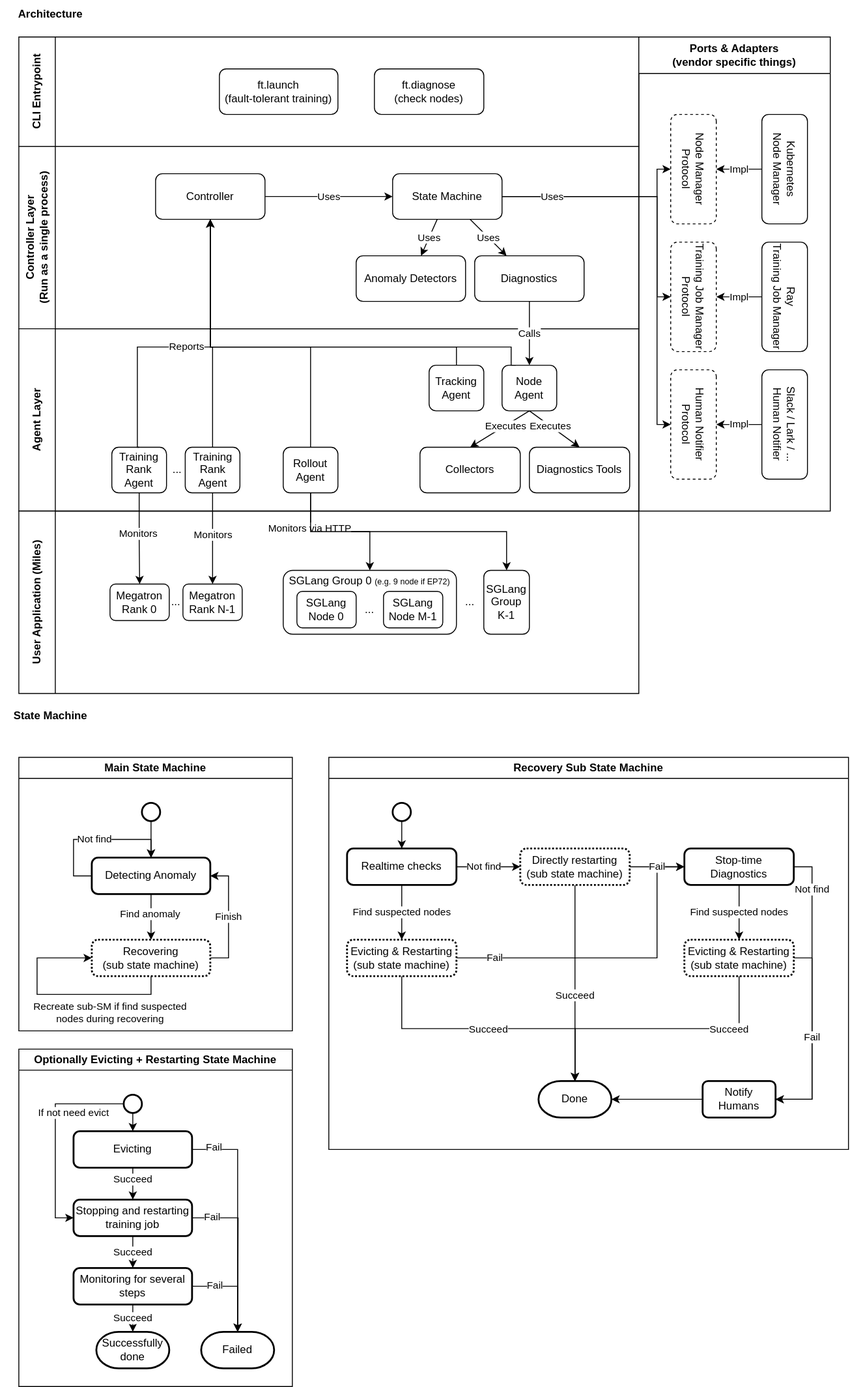
Before: miles/utils/ft/ft_arch.svg, a diagram exported from draw.io (radixark/miles). Source tidied: cells renumbered, new cells last; positions are measured from the earlier drawing's top-left corner, leaving out a move shared by most shapes.
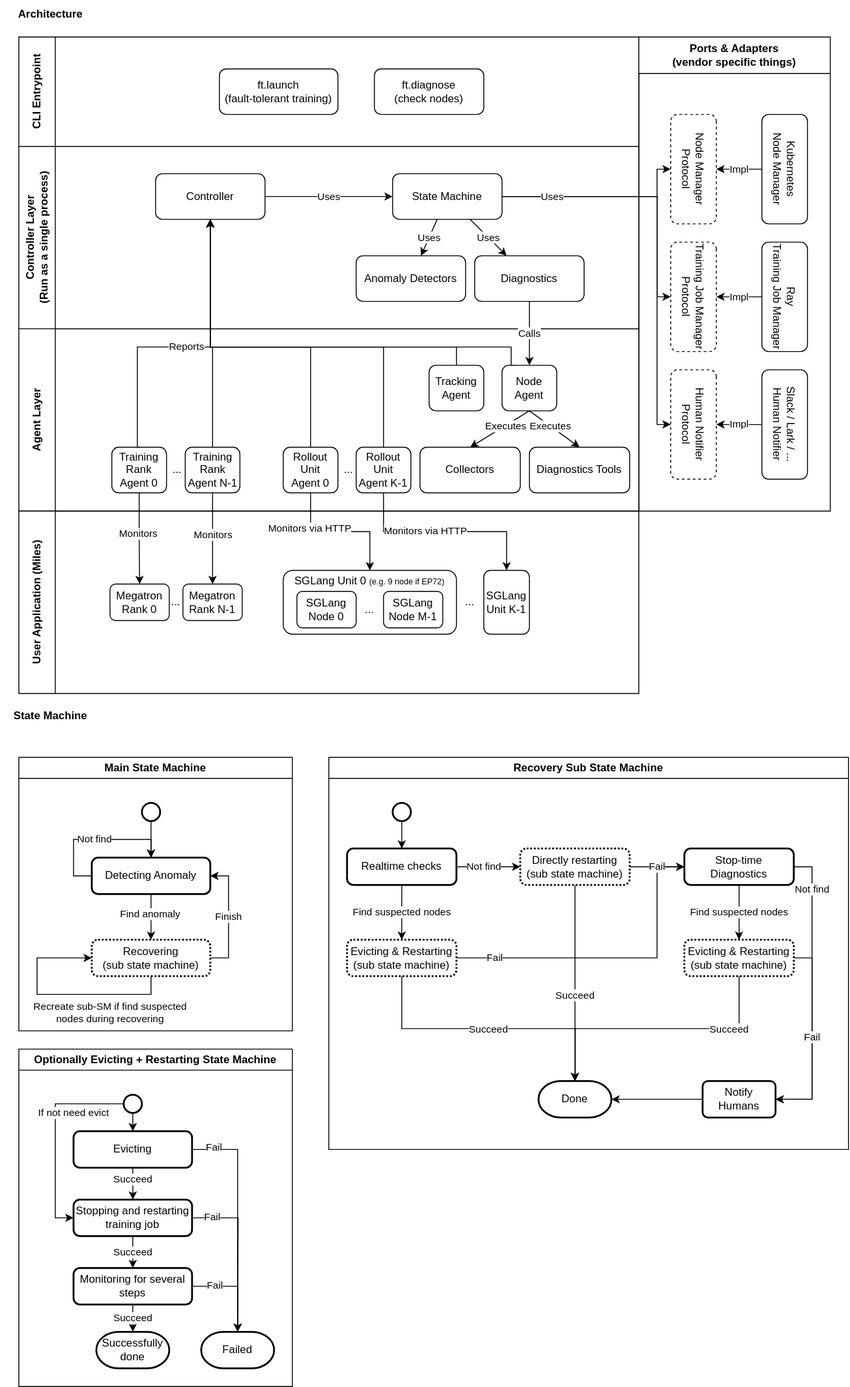
The same diagram one commit later.

Diff of the diagram source:
```diff
@@ -44,7 +44,7 @@
     <mxCell id="15" value="Node Agent" style="rounded=1;whiteSpace=wrap;html=1;" parent="12" vertex="1">
       <mxGeometry x="530" y="40" width="60" height="50" as="geometry" />
     </mxCell>
-    <mxCell id="16" value="Training Rank Agent" style="rounded=1;whiteSpace=wrap;html=1;" parent="12" vertex="1">
+    <mxCell id="16" value="Training Rank Agent 0" style="rounded=1;whiteSpace=wrap;html=1;" parent="12" vertex="1">
       <mxGeometry x="102" y="130" width="60" height="50" as="geometry" />
     </mxCell>
     <mxCell id="17" value="Tracking Agent" style="rounded=1;whiteSpace=wrap;html=1;" parent="12" vertex="1">
@@ -62,15 +62,21 @@
     <mxCell id="21" value="Executes" style="edgeLabel;html=1;align=center;verticalAlign=middle;" parent="20" vertex="1">
       <mxGeometry x="-0.2" relative="1" as="geometry" />
     </mxCell>
-    <mxCell id="22" value="Training Rank Agent" style="rounded=1;whiteSpace=wrap;html=1;" parent="12" vertex="1">
+    <mxCell id="22" value="Training Rank Agent N-1" style="rounded=1;whiteSpace=wrap;html=1;" parent="12" vertex="1">
       <mxGeometry x="182.5" y="130" width="60" height="50" as="geometry" />
     </mxCell>
     <mxCell id="23" value="..." style="text;html=1;strokeColor=none;fillColor=none;align=center;verticalAlign=middle;whiteSpace=wrap;rounded=0;" parent="12" vertex="1">
       <mxGeometry x="162" y="140" width="24" height="30" as="geometry" />
     </mxCell>
-    <mxCell id="24" value="Rollout&lt;br&gt;Agent" style="rounded=1;whiteSpace=wrap;html=1;" parent="12" vertex="1">
+    <mxCell id="24" value="Rollout&lt;br&gt;Unit&lt;br&gt;Agent 0" style="rounded=1;whiteSpace=wrap;html=1;" parent="12" vertex="1">
       <mxGeometry x="290" y="130" width="60" height="50" as="geometry" />
     </mxCell>
+    <mxCell id="120" value="Rollout&lt;br&gt;Unit&lt;br&gt;Agent K-1" style="rounded=1;whiteSpace=wrap;html=1;" parent="12" vertex="1">
+      <mxGeometry x="370" y="130" width="60" height="50" as="geometry" />
+    </mxCell>
+    <mxCell id="121" value="..." style="text;html=1;strokeColor=none;fillColor=none;align=center;verticalAlign=middle;whiteSpace=wrap;rounded=0;" parent="12" vertex="1">
+      <mxGeometry x="350" y="140" width="24" height="30" as="geometry" />
+    </mxCell>
     <mxCell id="25" style="rounded=0;jettySize=auto;html=1;exitX=0.25;exitY=0;exitDx=0;exitDy=0;entryX=0.5;entryY=1;entryDx=0;entryDy=0;edgeStyle=orthogonalEdgeStyle;" parent="1" edge="1" source="15" target="6">
       <mxGeometry relative="1" as="geometry">
         <Array as="points">
@@ -377,7 +383,7 @@
     <mxCell id="104" style="rounded=1;whiteSpace=wrap;html=1;" parent="100" vertex="1">
       <mxGeometry x="290" y="65" width="190" height="70" as="geometry" />
     </mxCell>
-    <mxCell id="105" value="SGLang Group 0 &lt;font style=&quot;font-size: 9px;&quot;&gt;(e.g. 9 node if EP72)&lt;/font&gt;" style="text;html=1;strokeColor=none;fillColor=none;align=center;verticalAlign=middle;whiteSpace=wrap;rounded=0;" parent="100" vertex="1">
+    <mxCell id="105" value="SGLang Unit 0 &lt;font style=&quot;font-size: 9px;&quot;&gt;(e.g. 9 node if EP72)&lt;/font&gt;" style="text;html=1;strokeColor=none;fillColor=none;align=center;verticalAlign=middle;whiteSpace=wrap;rounded=0;" parent="100" vertex="1">
       <mxGeometry x="290" y="65" width="190" height="23" as="geometry" />
     </mxCell>
     <mxCell id="106" value="SGLang&lt;br&gt;Node 0" style="rounded=1;whiteSpace=wrap;html=1;" parent="100" vertex="1">
@@ -392,7 +398,7 @@
     <mxCell id="109" value="..." style="text;html=1;strokeColor=none;fillColor=none;align=center;verticalAlign=middle;whiteSpace=wrap;rounded=0;" parent="100" vertex="1">
       <mxGeometry x="480" y="85" width="30" height="30" as="geometry" />
     </mxCell>
-    <mxCell id="110" value="SGLang Group K-1" style="rounded=1;whiteSpace=wrap;html=1;" parent="100" vertex="1">
+    <mxCell id="110" value="SGLang Unit K-1" style="rounded=1;whiteSpace=wrap;html=1;" parent="100" vertex="1">
       <mxGeometry x="510" y="65" width="50" height="70" as="geometry" />
     </mxCell>
     <mxCell id="111" style="edgeStyle=orthogonalEdgeStyle;rounded=0;jettySize=auto;html=1;exitX=0.5;exitY=1;exitDx=0;exitDy=0;entryX=0.5;entryY=0;entryDx=0;entryDy=0;" parent="1" edge="1" source="16" target="101">
@@ -429,8 +435,19 @@
         </Array>
       </mxGeometry>
     </mxCell>
-    <mxCell id="119" style="edgeStyle=orthogonalEdgeStyle;rounded=0;jettySize=auto;html=1;exitX=0.5;exitY=1;exitDx=0;exitDy=0;entryX=0.5;entryY=0;entryDx=0;entryDy=0;" parent="1" edge="1" source="24" target="110">
+    <mxCell id="119" style="edgeStyle=orthogonalEdgeStyle;rounded=0;jettySize=auto;html=1;exitX=0.5;exitY=1;exitDx=0;exitDy=0;entryX=0.5;entryY=0;entryDx=0;entryDy=0;" parent="1" edge="1" source="120" target="110">
       <mxGeometry relative="1" as="geometry" />
     </mxCell>
+    <mxCell id="122" value="Monitors via HTTP" style="edgeLabel;html=1;align=center;verticalAlign=middle;" parent="119" vertex="1">
+      <mxGeometry x="-0.2" y="1" relative="1" as="geometry" />
+    </mxCell>
+    <mxCell id="123" style="edgeStyle=orthogonalEdgeStyle;rounded=0;jettySize=auto;html=1;exitX=0.5;exitY=0;exitDx=0;exitDy=0;entryX=0.5;entryY=1;entryDx=0;entryDy=0;" parent="1" edge="1" source="120" target="6">
+      <mxGeometry relative="1" as="geometry">
+        <Array as="points">
+          <mxPoint x="420" y="380" />
+          <mxPoint x="230" y="380" />
+        </Array>
+      </mxGeometry>
+    </mxCell>
   </root>
 </mxGraphModel>
```
